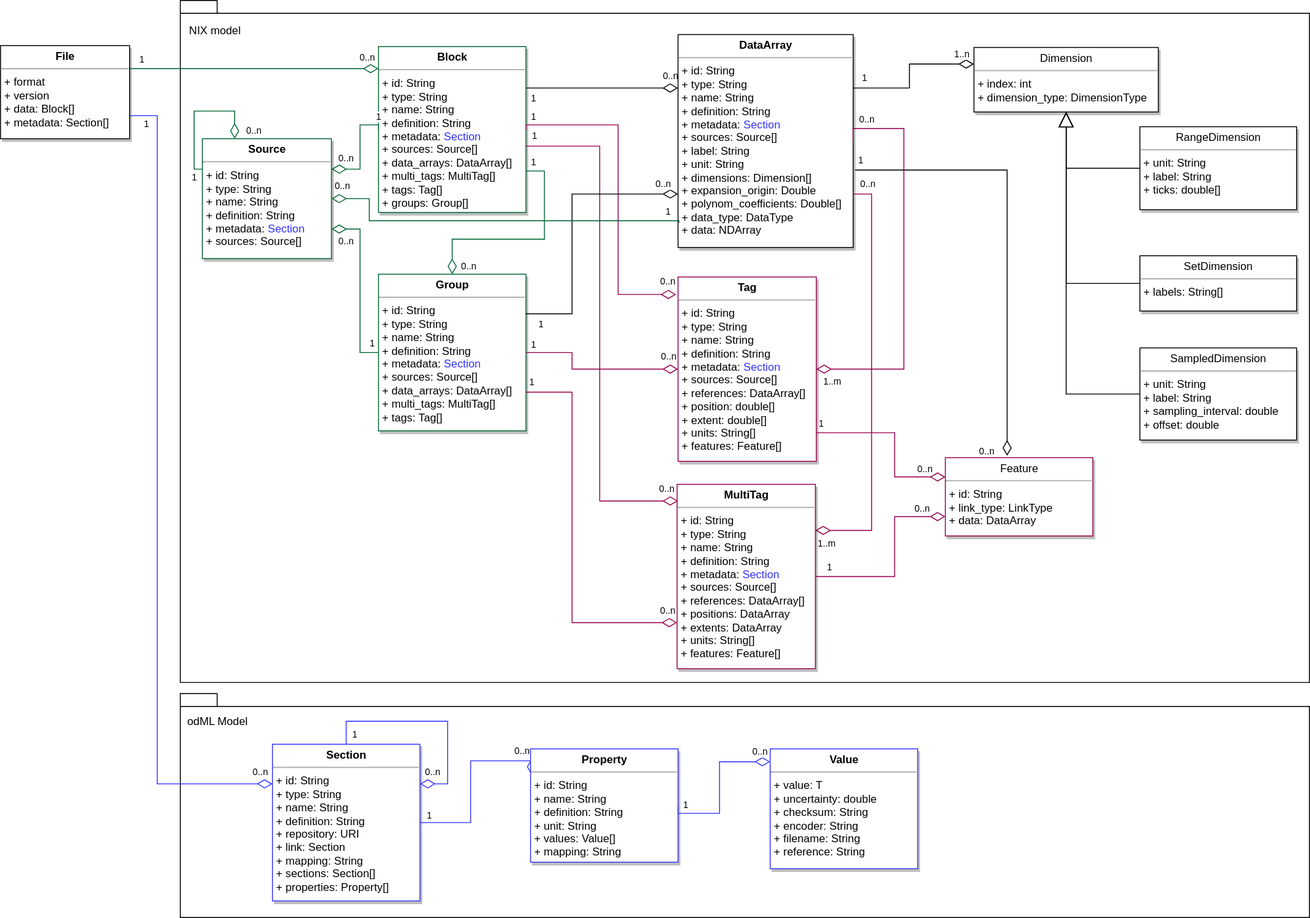
The draw.io diagram nix/flowcharts/Nix_DataModel_v1.3.2a.svg in mpsonntag/prodoc, before a commit. Source tidied: cells renumbered, new cells last; positions are measured from the earlier drawing's top-left corner, leaving out a move shared by most shapes.
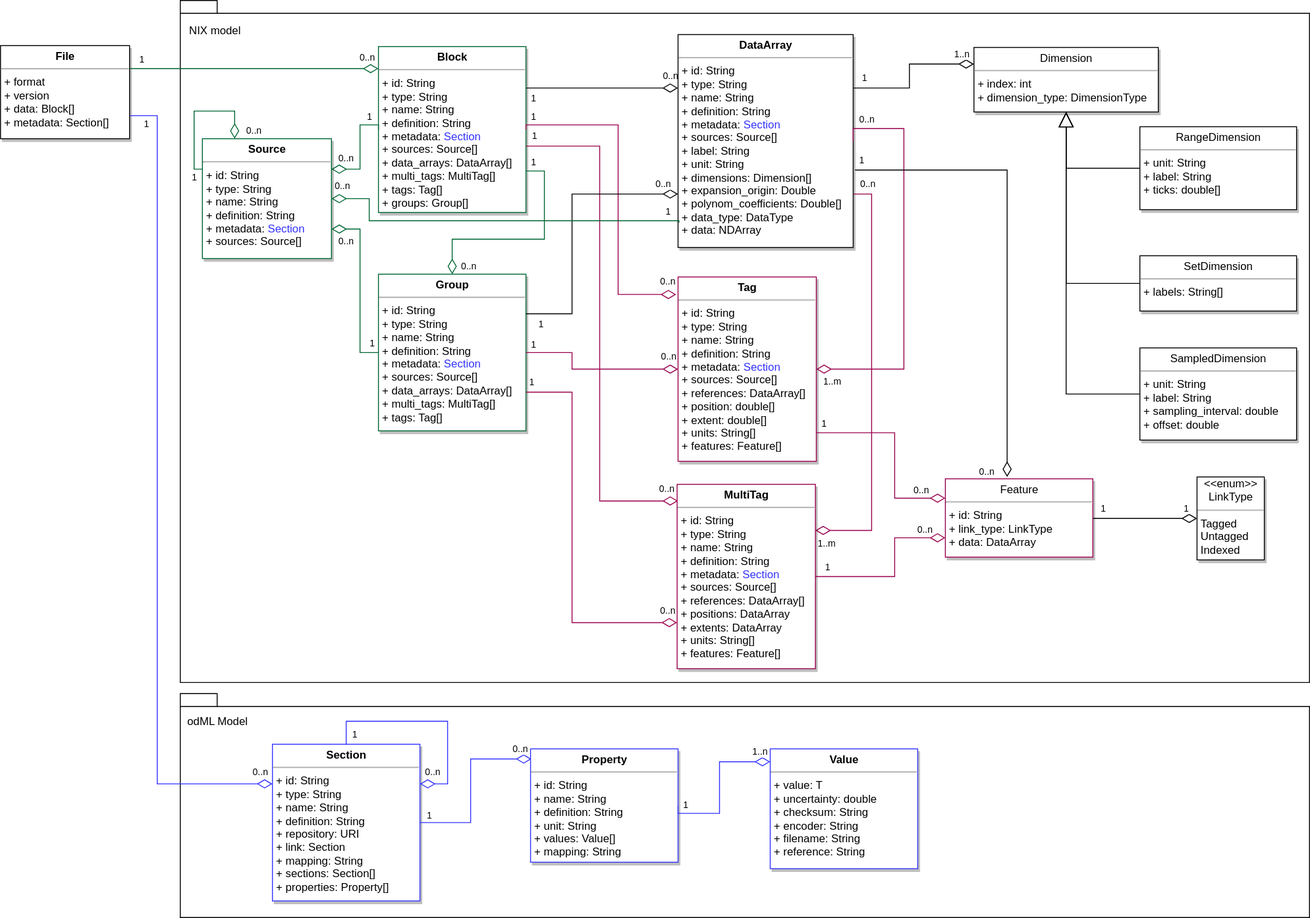
After the commit.

Commit message:
[nix] update nix data model chart

What changed in the source:
```diff
@@ -69,7 +69,7 @@
     </mxCell>
     <mxCell id="16" value="1" style="text;html=1;align=center;verticalAlign=middle;labelBackgroundColor=#ffffff;fontSize=10;" parent="15" vertex="1">
       <mxGeometry x="0.93" relative="1" as="geometry">
-        <mxPoint y="-11" as="offset" />
+        <mxPoint x="-10" y="-11" as="offset" />
       </mxGeometry>
     </mxCell>
     <mxCell id="17" value="0..n" style="text;html=1;align=center;verticalAlign=middle;labelBackgroundColor=#ffffff;fontSize=10;" parent="15" vertex="1">
@@ -211,7 +211,7 @@
     <mxCell id="47" style="edgeStyle=orthogonalEdgeStyle;rounded=0;html=1;exitX=0;exitY=0.25;startArrow=diamondThin;startFill=0;startSize=14;endArrow=none;endFill=0;endSize=6;jettySize=auto;fontSize=10;strokeColor=#99004D;entryX=1;entryY=0.845;entryPerimeter=0;" parent="1" edge="1" source="50" target="26">
       <mxGeometry relative="1" as="geometry">
         <Array as="points">
-          <mxPoint x="970" y="517" />
+          <mxPoint x="970" y="540" />
           <mxPoint x="970" y="469" />
         </Array>
       </mxGeometry>
@@ -227,7 +227,7 @@
       </mxGeometry>
     </mxCell>
     <mxCell id="50" value="&lt;p style=&quot;margin: 0px ; margin-top: 4px ; text-align: center&quot;&gt;Feature&lt;/p&gt;&lt;hr&gt;&amp;nbsp;+ id: String&lt;br&gt;&amp;nbsp;+ link_type: LinkType&lt;br&gt;&amp;nbsp;+ data: DataArray" style="shadow=1;fillColor=#FFFFFF;gradientColor=none;verticalAlign=top;align=left;overflow=fill;fontSize=12;fontFamily=Helvetica;html=1;strokeColor=#99004D;" parent="1" vertex="1">
-      <mxGeometry x="1025" y="496" width="160" height="85" as="geometry" />
+      <mxGeometry x="1025" y="519" width="160" height="85" as="geometry" />
     </mxCell>
     <mxCell id="51" style="edgeStyle=orthogonalEdgeStyle;rounded=0;html=1;exitX=0;exitY=0.25;startArrow=diamondThin;startFill=0;startSize=14;endArrow=none;endFill=0;endSize=6;jettySize=auto;fontSize=10;strokeColor=#3333FF;entryX=1;entryY=0.75;" parent="1" edge="1" source="54" target="4">
       <mxGeometry relative="1" as="geometry">
@@ -251,12 +251,7 @@
       <mxGeometry x="295" y="807" width="160" height="170" as="geometry" />
     </mxCell>
     <mxCell id="55" style="edgeStyle=orthogonalEdgeStyle;rounded=0;html=1;exitX=0.006;exitY=0.093;entryX=1;entryY=0.5;startArrow=diamondThin;startFill=0;startSize=14;endArrow=none;endFill=0;endSize=6;jettySize=auto;fontSize=10;exitPerimeter=0;strokeColor=#3333FF;" parent="1" edge="1" source="58" target="54">
-      <mxGeometry relative="1" as="geometry">
-        <Array as="points">
-          <mxPoint x="510" y="825" />
-          <mxPoint x="510" y="892" />
-        </Array>
-      </mxGeometry>
+      <mxGeometry relative="1" as="geometry" />
     </mxCell>
     <mxCell id="56" value="1" style="text;html=1;align=center;verticalAlign=middle;labelBackgroundColor=#ffffff;fontSize=10;" parent="55" vertex="1">
       <mxGeometry x="0.87" y="-3" relative="1" as="geometry">
@@ -284,7 +279,7 @@
         <mxPoint x="8" y="-10" as="offset" />
       </mxGeometry>
     </mxCell>
-    <mxCell id="61" value="0..n" style="text;html=1;align=center;verticalAlign=middle;labelBackgroundColor=#ffffff;fontSize=10;" parent="59" vertex="1">
+    <mxCell id="61" value="1..n" style="text;html=1;align=center;verticalAlign=middle;labelBackgroundColor=#ffffff;fontSize=10;" parent="59" vertex="1">
       <mxGeometry x="-0.91" y="2" relative="1" as="geometry">
         <mxPoint x="-4" y="-14" as="offset" />
       </mxGeometry>
@@ -390,7 +385,7 @@
     <mxCell id="81" style="edgeStyle=orthogonalEdgeStyle;rounded=0;html=1;exitX=0;exitY=0.75;startArrow=diamondThin;startFill=0;startSize=14;endArrow=none;endFill=0;endSize=6;jettySize=auto;fontSize=10;strokeColor=#99004D;entryX=1;entryY=0.5;" parent="1" edge="1" source="50" target="37">
       <mxGeometry relative="1" as="geometry">
         <Array as="points">
-          <mxPoint x="970" y="560" />
+          <mxPoint x="970" y="583" />
           <mxPoint x="970" y="625" />
         </Array>
       </mxGeometry>
@@ -436,5 +431,21 @@
         <mxPoint x="-53" y="145" as="offset" />
       </mxGeometry>
     </mxCell>
+    <mxCell id="90" value="&lt;div align=&quot;center&quot;&gt;&amp;lt;&amp;lt;enum&amp;gt;&amp;gt;&lt;br&gt;LinkType&lt;/div&gt;&lt;hr&gt;&amp;nbsp;Tagged&lt;br&gt;&amp;nbsp;Untagged&lt;br&gt;&amp;nbsp;Indexed" style="shadow=1;fillColor=#FFFFFF;gradientColor=none;verticalAlign=top;align=left;overflow=fill;fontSize=12;fontFamily=Helvetica;html=1;direction=south;" parent="1" vertex="1">
+      <mxGeometry x="1298" y="517" width="73" height="90" as="geometry" />
+    </mxCell>
+    <mxCell id="91" style="edgeStyle=orthogonalEdgeStyle;rounded=0;html=1;exitX=0.5;exitY=1;entryX=1;entryY=0.5;startArrow=diamondThin;startFill=0;startSize=14;endArrow=none;endFill=0;endSize=6;jettySize=auto;fontSize=10;" parent="1" edge="1" source="90" target="50">
+      <mxGeometry relative="1" as="geometry" />
+    </mxCell>
+    <mxCell id="92" value="1" style="text;html=1;align=center;verticalAlign=middle;labelBackgroundColor=#ffffff;fontSize=10;" parent="91" vertex="1">
+      <mxGeometry x="0.95" y="-1" relative="1" as="geometry">
+        <mxPoint x="8" y="-11" as="offset" />
+      </mxGeometry>
+    </mxCell>
+    <mxCell id="93" value="1" style="text;html=1;align=center;verticalAlign=middle;labelBackgroundColor=#ffffff;fontSize=10;" parent="91" vertex="1">
+      <mxGeometry x="-0.96" y="1" relative="1" as="geometry">
+        <mxPoint x="-9" y="-13" as="offset" />
+      </mxGeometry>
+    </mxCell>
   </root>
 </mxGraphModel>
```
